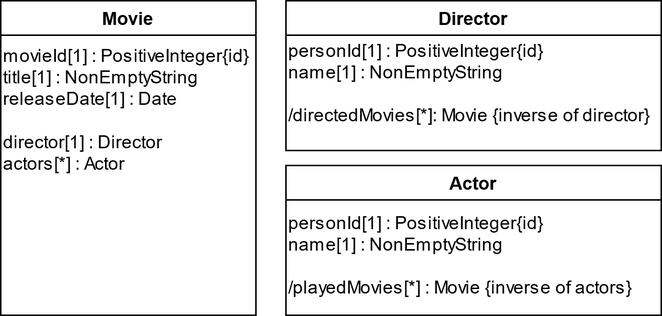
durinfab/webapp-group6 keeps this draw.io diagram as graphics/assignment4/assignment4 oo class model.png. Above is the earlier version. Source tidied: cells renumbered, new cells last; positions are measured from the earlier drawing's top-left corner, leaving out a move shared by most shapes.
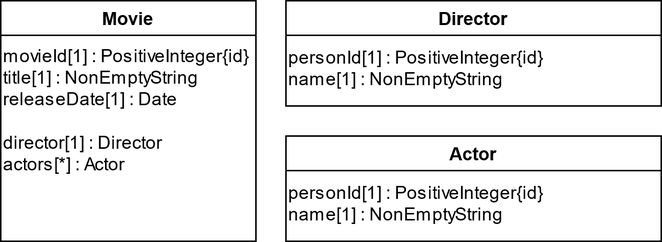
Later version of the same file.

Commit message:
reordered model files to correct folders

Change to the diagram source:
```diff
@@ -3,22 +3,22 @@
     <mxCell id="0" />
     <mxCell id="1" parent="0" />
     <mxCell id="2" value="Movie" style="swimlane;" parent="1" vertex="1">
-      <mxGeometry width="170" height="210" as="geometry" />
+      <mxGeometry width="170" height="160" as="geometry" />
     </mxCell>
     <mxCell id="3" value="&#10;&lt;div&gt;movieId[1] : PositiveInteger{id}&lt;br&gt;title[1] : NonEmptyString&lt;br&gt;releaseDate[1] : Date&lt;/div&gt;&lt;div&gt;&lt;br&gt;&lt;/div&gt;&lt;div&gt;director[1] : Director&lt;br&gt;actors[*] : Actor&lt;/div&gt;&#10;&#10;" style="text;html=1;align=left;verticalAlign=middle;strokeColor=none;" parent="2" vertex="1">
       <mxGeometry y="20" width="170" height="120" as="geometry" />
     </mxCell>
     <mxCell id="4" value="Actor" style="swimlane;" parent="1" vertex="1">
-      <mxGeometry x="190" y="110" width="250" height="100" as="geometry" />
+      <mxGeometry x="190" y="90" width="250" height="70" as="geometry" />
     </mxCell>
-    <mxCell id="5" value="&lt;div align=&quot;left&quot;&gt;personId[1] : PositiveInteger{id}&lt;/div&gt;&lt;div align=&quot;left&quot;&gt;name[1] : NonEmptyString&lt;/div&gt;&lt;div align=&quot;left&quot;&gt;&lt;br&gt;&lt;/div&gt;&lt;div align=&quot;left&quot;&gt;/playedMovies[*] : Movie {inverse of actors}&lt;/div&gt;" style="text;html=1;align=left;verticalAlign=middle;strokeColor=none;" parent="4" vertex="1">
-      <mxGeometry y="30" width="240" height="60" as="geometry" />
+    <mxCell id="5" value="&lt;div align=&quot;left&quot;&gt;personId[1] : PositiveInteger{id}&lt;/div&gt;&lt;div align=&quot;left&quot;&gt;name[1] : NonEmptyString&lt;/div&gt;" style="text;html=1;align=left;verticalAlign=middle;strokeColor=none;" parent="4" vertex="1">
+      <mxGeometry y="30" width="180" height="30" as="geometry" />
     </mxCell>
     <mxCell id="6" value="Director" style="swimlane;align=center;" parent="1" vertex="1">
-      <mxGeometry x="190" width="250" height="100" as="geometry" />
+      <mxGeometry x="190" width="250" height="70" as="geometry" />
     </mxCell>
-    <mxCell id="7" value="&lt;div align=&quot;left&quot;&gt;personId[1] : PositiveInteger{id}&lt;/div&gt;&lt;div align=&quot;left&quot;&gt;name[1] : NonEmptyString&lt;/div&gt;&lt;div align=&quot;left&quot;&gt;&lt;br&gt;&lt;/div&gt;&lt;div align=&quot;left&quot;&gt;/directedMovies[*]: Movie {inverse of director}&lt;/div&gt;" style="text;html=1;align=left;verticalAlign=middle;strokeColor=none;" parent="6" vertex="1">
-      <mxGeometry y="25" width="250" height="60" as="geometry" />
+    <mxCell id="7" value="&lt;div align=&quot;left&quot;&gt;personId[1] : PositiveInteger{id}&lt;/div&gt;&lt;div align=&quot;left&quot;&gt;name[1] : NonEmptyString&lt;/div&gt;" style="text;html=1;align=left;verticalAlign=middle;strokeColor=none;" parent="6" vertex="1">
+      <mxGeometry y="30" width="180" height="30" as="geometry" />
     </mxCell>
   </root>
 </mxGraphModel>
```
